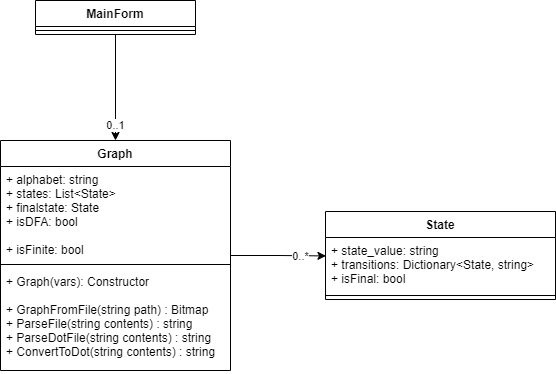
Earlier version of the draw.io export ALE2_UML.png (Louttche/ALE2). Source tidied: cells renumbered, new cells last; positions are measured from the earlier drawing's top-left corner, leaving out a move shared by most shapes. The source it was exported from:
```xml
<mxGraphModel>
  <root>
    <mxCell id="0" />
    <mxCell id="1" parent="0" />
    <mxCell id="2" style="edgeStyle=orthogonalEdgeStyle;rounded=0;jettySize=auto;html=1;entryX=0.002;entryY=0.341;entryDx=0;entryDy=0;entryPerimeter=0;" parent="1" edge="1" source="4" target="13">
      <mxGeometry relative="1" as="geometry" />
    </mxCell>
    <mxCell id="3" value="0..*" style="edgeLabel;html=1;align=center;verticalAlign=middle;" parent="2" vertex="1">
      <mxGeometry x="0.27" y="-1" relative="1" as="geometry">
        <mxPoint x="9" y="-1" as="offset" />
      </mxGeometry>
    </mxCell>
    <mxCell id="4" value="Graph" style="swimlane;fontStyle=1;align=center;verticalAlign=top;horizontal=1;startSize=26;" parent="1" vertex="1">
      <mxGeometry y="140" width="230" height="230" as="geometry" />
    </mxCell>
    <mxCell id="5" value="+ alphabet: string&#10;+ states: List&lt;State&gt;&#10;+ finalstate: State&#10;+ isDFA: bool&#10;&#10;+ isFinite: bool&#10;" style="text;strokeColor=none;fillColor=none;align=left;verticalAlign=top;spacingLeft=4;spacingRight=4;overflow=hidden;points=[[0,0.5],[1,0.5]];portConstraint=eastwest;" parent="4" vertex="1">
      <mxGeometry y="26" width="230" height="94" as="geometry" />
    </mxCell>
    <mxCell id="6" style="line;strokeWidth=1;fillColor=none;align=left;verticalAlign=middle;spacingTop=-1;spacingLeft=3;spacingRight=3;labelPosition=right;" parent="4" vertex="1">
      <mxGeometry y="120" width="230" height="8" as="geometry" />
    </mxCell>
    <mxCell id="7" value="+ Graph(vars): Constructor&#10;&#10;+ GraphFromFile(string path) : Bitmap&#10;+ ParseFile(string contents) : string&#10;+ ParseDotFile(string contents) : string&#10;+ ConvertToDot(string contents) : string" style="text;strokeColor=none;fillColor=none;align=left;verticalAlign=top;spacingLeft=4;spacingRight=4;overflow=hidden;" parent="4" vertex="1">
      <mxGeometry y="128" width="230" height="102" as="geometry" />
    </mxCell>
    <mxCell id="8" style="edgeStyle=orthogonalEdgeStyle;rounded=0;jettySize=auto;html=1;exitX=0.5;exitY=1;exitDx=0;exitDy=0;entryX=0.5;entryY=0;entryDx=0;entryDy=0;" parent="1" edge="1" source="10" target="4">
      <mxGeometry relative="1" as="geometry" />
    </mxCell>
    <mxCell id="9" value="0..1" style="edgeLabel;html=1;align=center;verticalAlign=middle;" parent="8" vertex="1">
      <mxGeometry x="0.69" y="-1" relative="1" as="geometry" />
    </mxCell>
    <mxCell id="10" value="MainForm" style="swimlane;fontStyle=1;align=center;verticalAlign=top;horizontal=1;startSize=26;" parent="1" vertex="1">
      <mxGeometry x="35" width="160" height="34" as="geometry" />
    </mxCell>
    <mxCell id="11" style="line;strokeWidth=1;fillColor=none;align=left;verticalAlign=middle;spacingTop=-1;spacingLeft=3;spacingRight=3;labelPosition=right;" parent="10" vertex="1">
      <mxGeometry y="26" width="160" height="8" as="geometry" />
    </mxCell>
    <mxCell id="12" value="State" style="swimlane;fontStyle=1;align=center;verticalAlign=top;horizontal=1;startSize=26;" parent="1" vertex="1">
      <mxGeometry x="325" y="211" width="230" height="88" as="geometry" />
    </mxCell>
    <mxCell id="13" value="+ state_value: string&#10;+ transitions: Dictionary&lt;State, string&gt;&#10;+ isFinal: bool" style="text;strokeColor=none;fillColor=none;align=left;verticalAlign=top;spacingLeft=4;spacingRight=4;overflow=hidden;points=[[0,0.5],[1,0.5]];portConstraint=eastwest;" parent="12" vertex="1">
      <mxGeometry y="26" width="230" height="54" as="geometry" />
    </mxCell>
    <mxCell id="14" style="line;strokeWidth=1;fillColor=none;align=left;verticalAlign=middle;spacingTop=-1;spacingLeft=3;spacingRight=3;labelPosition=right;" parent="12" vertex="1">
      <mxGeometry y="80" width="230" height="8" as="geometry" />
    </mxCell>
  </root>
</mxGraphModel>
```
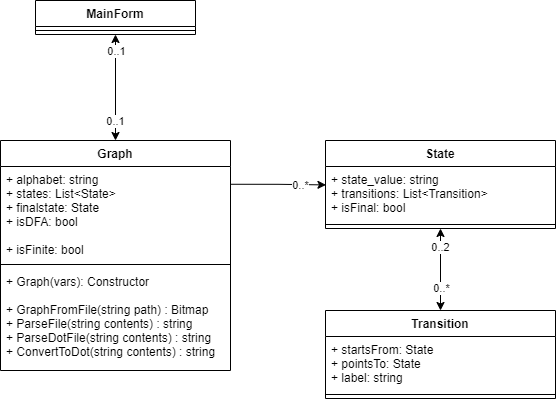
The same file after the commit.

Change to the diagram source:
```diff
@@ -2,7 +2,7 @@
   <root>
     <mxCell id="0" />
     <mxCell id="1" parent="0" />
-    <mxCell id="2" style="edgeStyle=orthogonalEdgeStyle;rounded=0;jettySize=auto;html=1;entryX=0.002;entryY=0.341;entryDx=0;entryDy=0;entryPerimeter=0;" parent="1" edge="1" source="4" target="13">
+    <mxCell id="2" style="edgeStyle=orthogonalEdgeStyle;rounded=0;jettySize=auto;html=1;entryX=0.002;entryY=0.341;entryDx=0;entryDy=0;entryPerimeter=0;exitX=1;exitY=0.189;exitDx=0;exitDy=0;exitPerimeter=0;" parent="1" edge="1" source="5" target="13">
       <mxGeometry relative="1" as="geometry" />
     </mxCell>
     <mxCell id="3" value="0..*" style="edgeLabel;html=1;align=center;verticalAlign=middle;" parent="2" vertex="1">
@@ -22,26 +22,55 @@
     <mxCell id="7" value="+ Graph(vars): Constructor&#10;&#10;+ GraphFromFile(string path) : Bitmap&#10;+ ParseFile(string contents) : string&#10;+ ParseDotFile(string contents) : string&#10;+ ConvertToDot(string contents) : string" style="text;strokeColor=none;fillColor=none;align=left;verticalAlign=top;spacingLeft=4;spacingRight=4;overflow=hidden;" parent="4" vertex="1">
       <mxGeometry y="128" width="230" height="102" as="geometry" />
     </mxCell>
-    <mxCell id="8" style="edgeStyle=orthogonalEdgeStyle;rounded=0;jettySize=auto;html=1;exitX=0.5;exitY=1;exitDx=0;exitDy=0;entryX=0.5;entryY=0;entryDx=0;entryDy=0;" parent="1" edge="1" source="10" target="4">
+    <mxCell id="8" style="edgeStyle=orthogonalEdgeStyle;rounded=0;jettySize=auto;html=1;exitX=0.5;exitY=1;exitDx=0;exitDy=0;entryX=0.5;entryY=0;entryDx=0;entryDy=0;startArrow=classic;startFill=1;" parent="1" edge="1" source="10" target="4">
       <mxGeometry relative="1" as="geometry" />
     </mxCell>
     <mxCell id="9" value="0..1" style="edgeLabel;html=1;align=center;verticalAlign=middle;" parent="8" vertex="1">
-      <mxGeometry x="0.69" y="-1" relative="1" as="geometry" />
+      <mxGeometry x="0.69" y="-1" relative="1" as="geometry">
+        <mxPoint y="-4" as="offset" />
+      </mxGeometry>
     </mxCell>
+    <mxCell id="15" value="0..1" style="edgeLabel;html=1;align=center;verticalAlign=middle;" parent="8" vertex="1">
+      <mxGeometry x="-0.78" relative="1" as="geometry">
+        <mxPoint y="4" as="offset" />
+      </mxGeometry>
+    </mxCell>
     <mxCell id="10" value="MainForm" style="swimlane;fontStyle=1;align=center;verticalAlign=top;horizontal=1;startSize=26;" parent="1" vertex="1">
       <mxGeometry x="35" width="160" height="34" as="geometry" />
     </mxCell>
     <mxCell id="11" style="line;strokeWidth=1;fillColor=none;align=left;verticalAlign=middle;spacingTop=-1;spacingLeft=3;spacingRight=3;labelPosition=right;" parent="10" vertex="1">
       <mxGeometry y="26" width="160" height="8" as="geometry" />
     </mxCell>
+    <mxCell id="16" style="edgeStyle=orthogonalEdgeStyle;rounded=0;jettySize=auto;html=1;exitX=0.5;exitY=1;exitDx=0;exitDy=0;entryX=0.5;entryY=0;entryDx=0;entryDy=0;startArrow=classic;startFill=1;" parent="1" edge="1" source="12" target="19">
+      <mxGeometry relative="1" as="geometry" />
+    </mxCell>
+    <mxCell id="17" value="0..*" style="edgeLabel;html=1;align=center;verticalAlign=middle;" parent="16" vertex="1">
+      <mxGeometry x="0.73" y="1" relative="1" as="geometry">
+        <mxPoint x="-1" y="-12" as="offset" />
+      </mxGeometry>
+    </mxCell>
+    <mxCell id="18" value="0..2" style="edgeLabel;html=1;align=center;verticalAlign=middle;" parent="16" vertex="1">
+      <mxGeometry x="-0.8" y="-1" relative="1" as="geometry">
+        <mxPoint y="10" as="offset" />
+      </mxGeometry>
+    </mxCell>
     <mxCell id="12" value="State" style="swimlane;fontStyle=1;align=center;verticalAlign=top;horizontal=1;startSize=26;" parent="1" vertex="1">
-      <mxGeometry x="325" y="211" width="230" height="88" as="geometry" />
+      <mxGeometry x="325" y="140" width="230" height="88" as="geometry" />
     </mxCell>
-    <mxCell id="13" value="+ state_value: string&#10;+ transitions: Dictionary&lt;State, string&gt;&#10;+ isFinal: bool" style="text;strokeColor=none;fillColor=none;align=left;verticalAlign=top;spacingLeft=4;spacingRight=4;overflow=hidden;points=[[0,0.5],[1,0.5]];portConstraint=eastwest;" parent="12" vertex="1">
+    <mxCell id="13" value="+ state_value: string&#10;+ transitions: List&lt;Transition&gt;&#10;+ isFinal: bool" style="text;strokeColor=none;fillColor=none;align=left;verticalAlign=top;spacingLeft=4;spacingRight=4;overflow=hidden;points=[[0,0.5],[1,0.5]];portConstraint=eastwest;" parent="12" vertex="1">
       <mxGeometry y="26" width="230" height="54" as="geometry" />
     </mxCell>
     <mxCell id="14" style="line;strokeWidth=1;fillColor=none;align=left;verticalAlign=middle;spacingTop=-1;spacingLeft=3;spacingRight=3;labelPosition=right;" parent="12" vertex="1">
       <mxGeometry y="80" width="230" height="8" as="geometry" />
     </mxCell>
+    <mxCell id="19" value="Transition" style="swimlane;fontStyle=1;align=center;verticalAlign=top;horizontal=1;startSize=26;" parent="1" vertex="1">
+      <mxGeometry x="325" y="310" width="230" height="88" as="geometry" />
+    </mxCell>
+    <mxCell id="20" value="+ startsFrom: State&#10;+ pointsTo: State&#10;+ label: string" style="text;strokeColor=none;fillColor=none;align=left;verticalAlign=top;spacingLeft=4;spacingRight=4;overflow=hidden;" parent="19" vertex="1">
+      <mxGeometry y="26" width="230" height="54" as="geometry" />
+    </mxCell>
+    <mxCell id="21" style="line;strokeWidth=1;fillColor=none;align=left;verticalAlign=middle;spacingTop=-1;spacingLeft=3;spacingRight=3;labelPosition=right;" parent="19" vertex="1">
+      <mxGeometry y="80" width="230" height="8" as="geometry" />
+    </mxCell>
   </root>
 </mxGraphModel>
```
